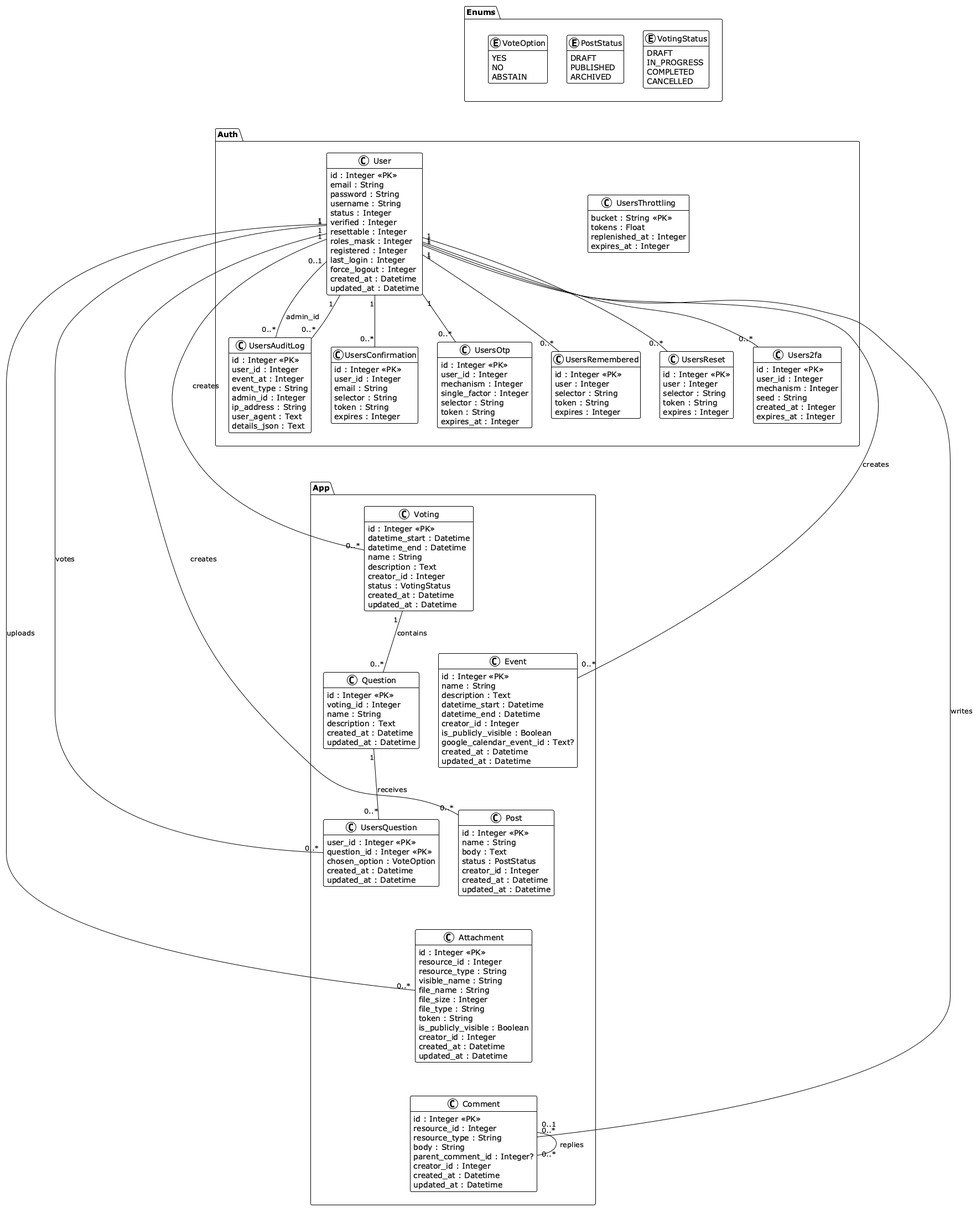
Earlier version of the PlantUML export docs/diagrams/Database schema.png (jacky32/slovjani).
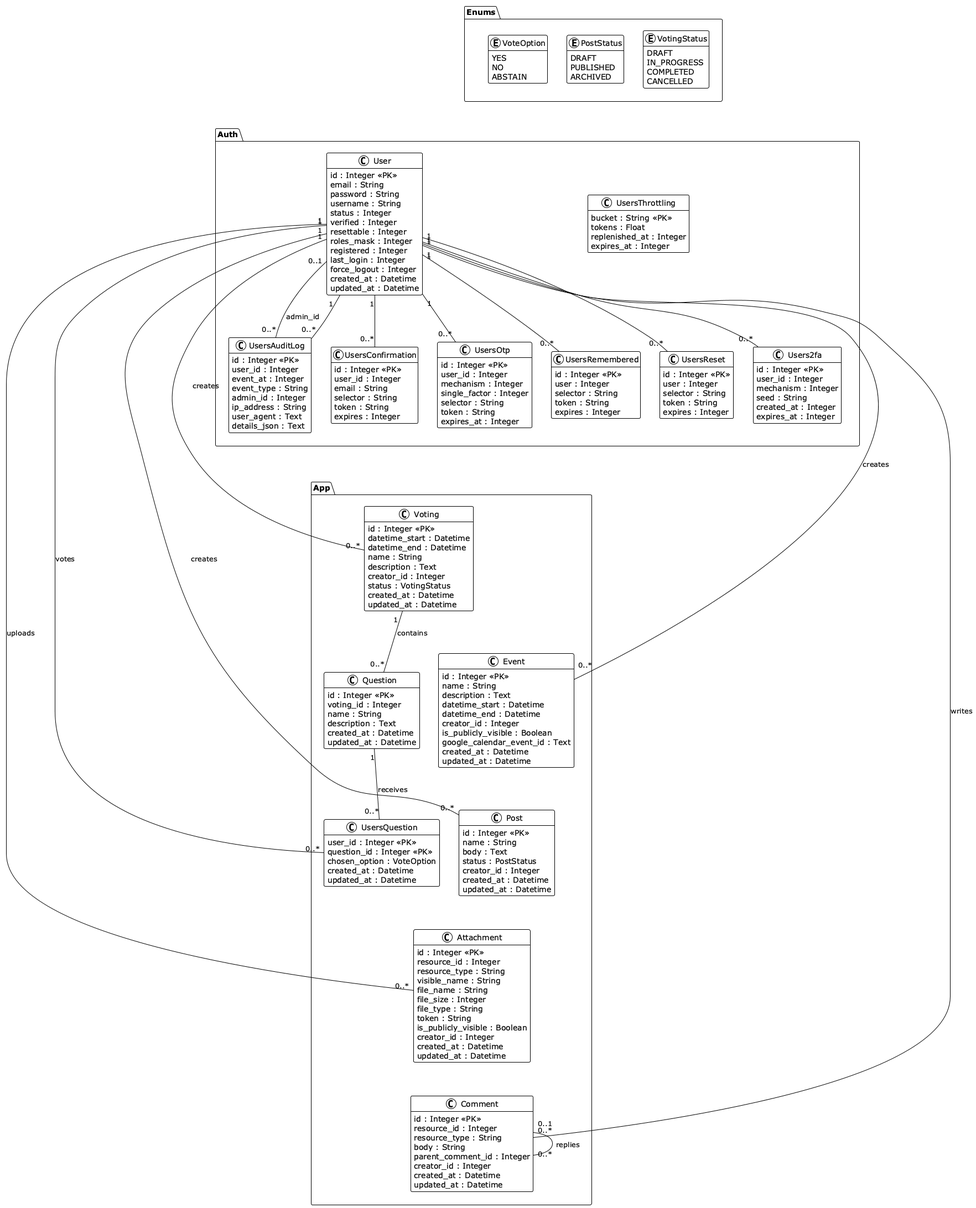
Later version of the same file.

Commit message:
Remove question marks

Change to the diagram source:
```diff
@@ -152,7 +152,7 @@
     datetime_end : Datetime
     creator_id : Integer
     is_publicly_visible : Boolean
-    google_calendar_event_id : Text?
+    google_calendar_event_id : Text
     created_at : Datetime
     updated_at : Datetime
   }
@@ -177,7 +177,7 @@
     resource_id : Integer
     resource_type : String
     body : String
-    parent_comment_id : Integer?
+    parent_comment_id : Integer
     creator_id : Integer
     created_at : Datetime
     updated_at : Datetime
```
